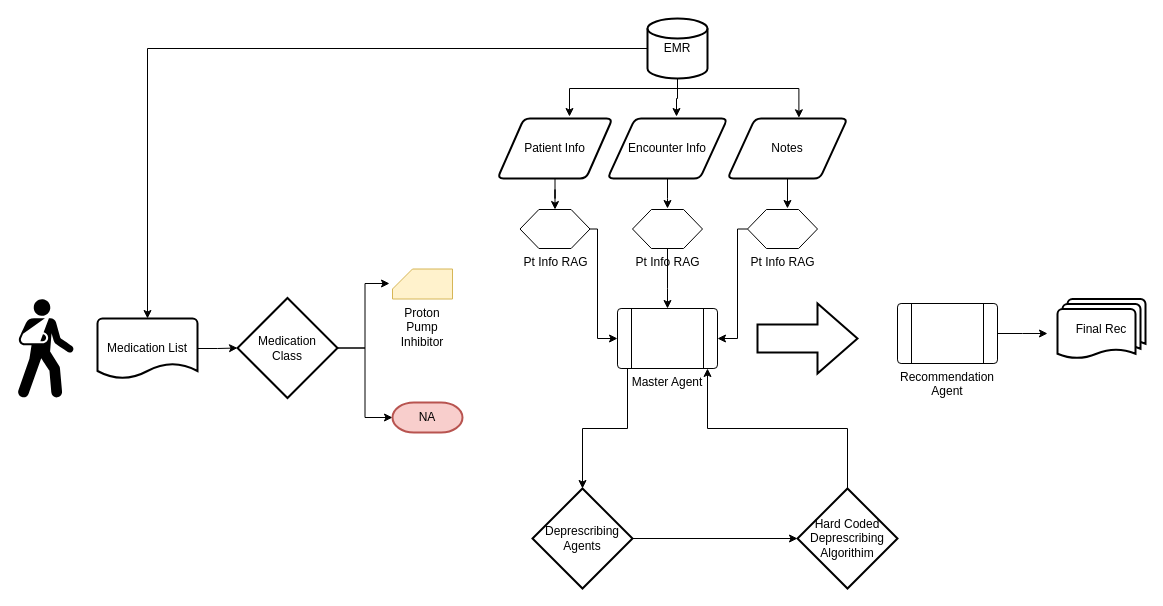
Beenjamming/DataSci210_MedicationDeprescriber keeps this draw.io diagram as FlowChart.drawio. Above is the earlier version. Source tidied: cells renumbered, new cells numbered last; positions are measured from the earlier drawing's top-left corner, leaving out a move shared by most shapes. Both pictures are drawn from the tidied source at 100%, with x=0, y=0 at pixel (17, 18).
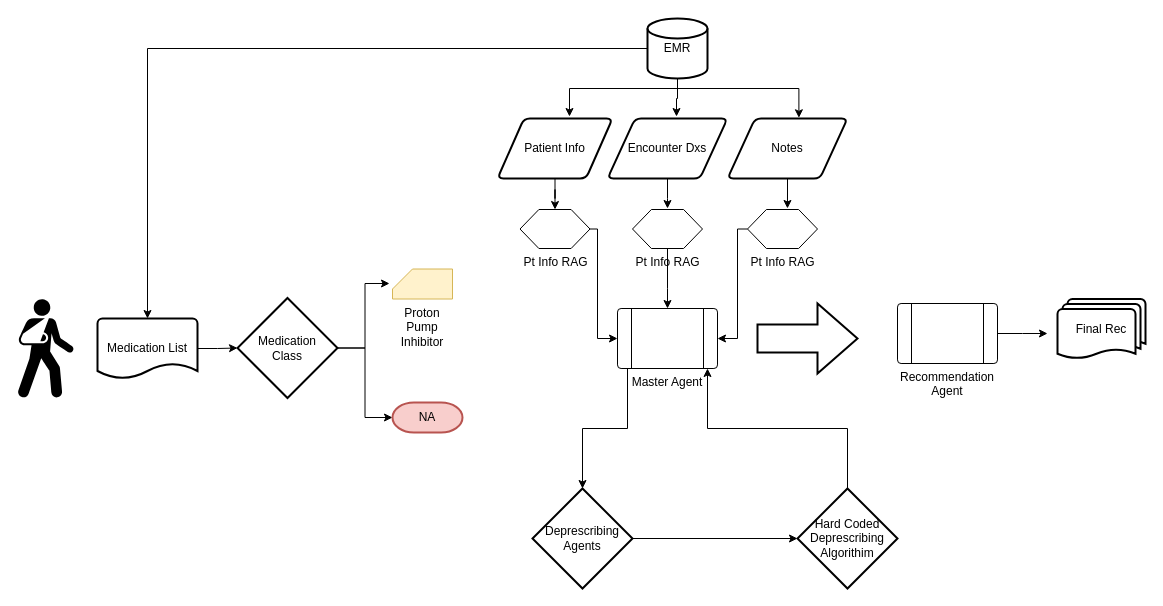
After the change.

The edit, as a diff of the source:
```diff
@@
-    <mxCell id="10" value="Encounter Info" style="shape=parallelogram;html=1;strokeWidth=2;perimeter=parallelogramPerimeter;whiteSpace=wrap;rounded=1;arcSize=12;size=0.23;" parent="1" vertex="1">
+    <mxCell id="10" value="Encounter Dxs" style="shape=parallelogram;html=1;strokeWidth=2;perimeter=parallelogramPerimeter;whiteSpace=wrap;rounded=1;arcSize=12;size=0.23;" parent="1" vertex="1">
       <mxGeometry x="590" y="100" width="120" height="60" as="geometry" />
     </mxCell>
```
